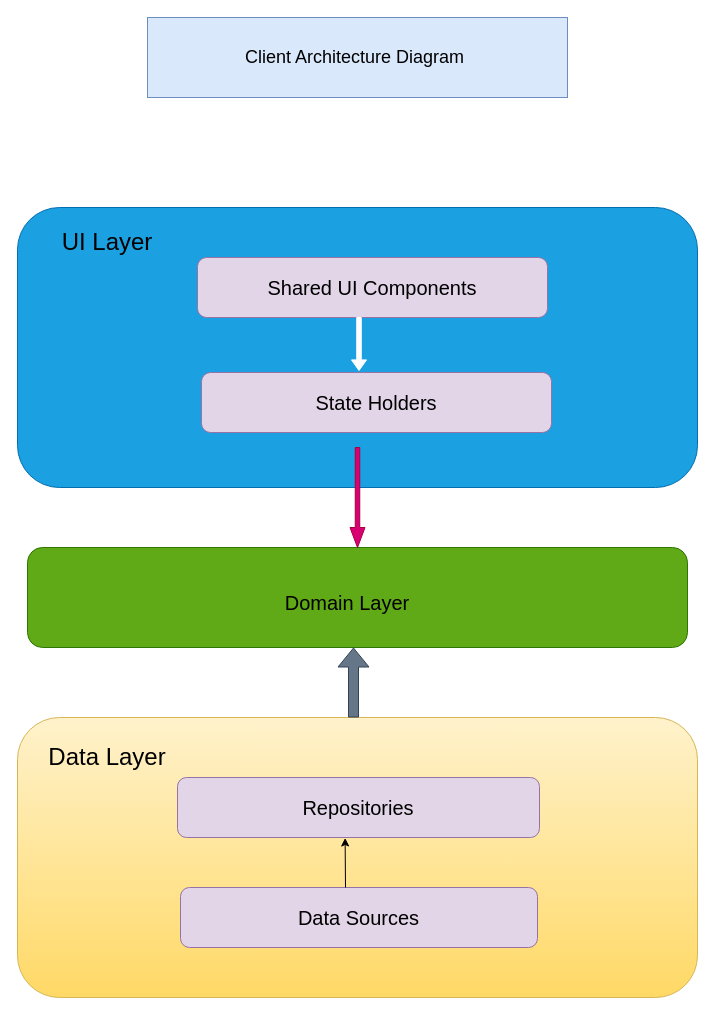
amandahua/PayPal_cloud_ide keeps this draw.io diagram as Untitled Diagram.drawio. Above is the earlier version. Source tidied: cells renumbered, new cells numbered last; positions are measured from the earlier drawing's top-left corner, leaving out a move shared by most shapes. Both pictures are drawn from the tidied source at 100%, with x=0, y=0 at pixel (17, 17).
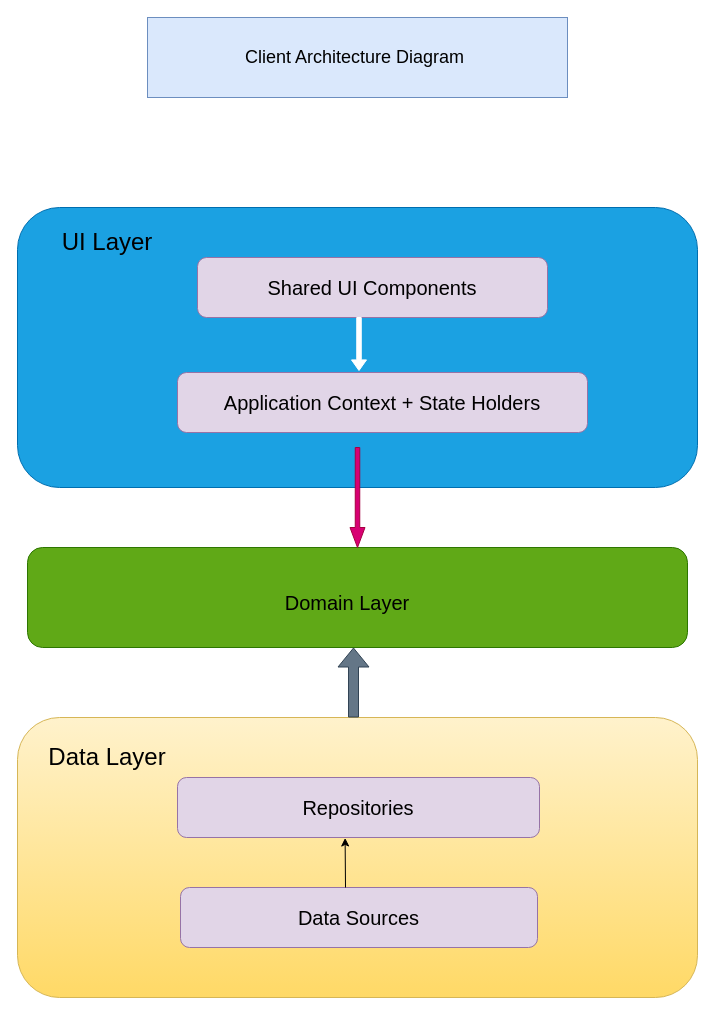
Above is the later version.

Diff of the diagram source:
```diff
@@
-    <mxCell id="6" value="State Holders" style="rounded=1;whiteSpace=wrap;html=1;strokeColor=#9673a6;fontSize=20;fillColor=#e1d5e7;" parent="1" vertex="1">
-      <mxGeometry x="184" y="355" width="350" height="60" as="geometry" />
+    <mxCell id="6" value="Application Context + State Holders" style="rounded=1;whiteSpace=wrap;html=1;strokeColor=#9673a6;fontSize=20;fillColor=#e1d5e7;" parent="1" vertex="1">
+      <mxGeometry x="160" y="355" width="410" height="60" as="geometry" />
     </mxCell>
```
